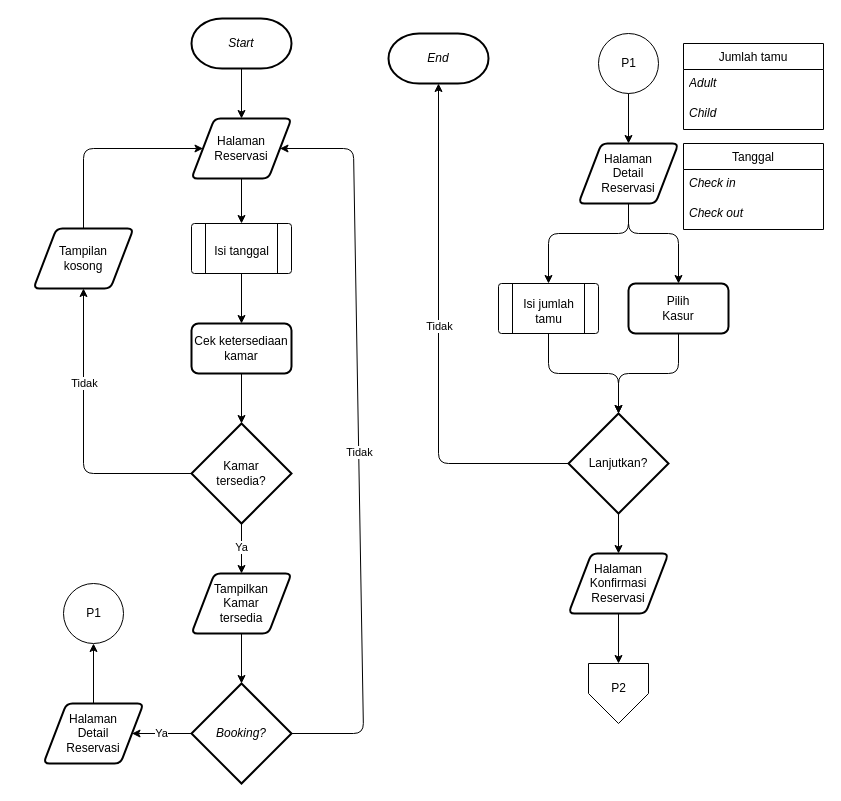
Earlier version of the draw.io diagram page "flowchart-reservation-public" (4 of 8) of diagram/diagram.drawio (Hans-Star18/ta-booking-system). Source tidied: cells renumbered, new cells numbered last; positions are measured from the earlier drawing's top-left corner, leaving out a move shared by most shapes. Both pictures are drawn from the tidied source at 100%, with x=0, y=0 at pixel (33, 18).
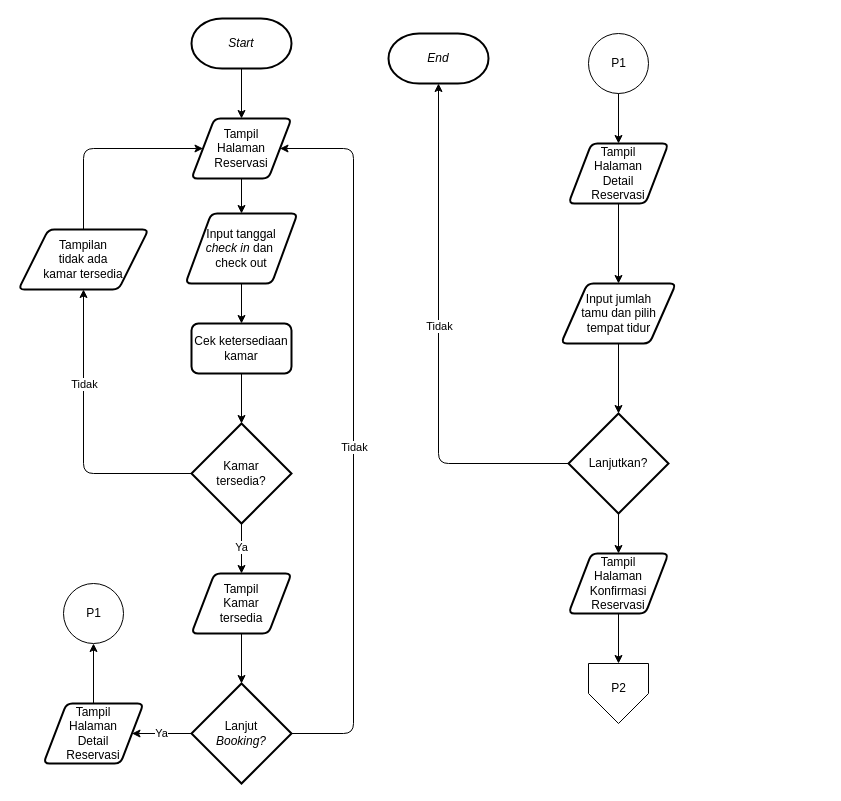
The same diagram, later.

Unchanged cells that the change refers to:
```xml
<mxCell id="6" value="Cek ketersediaan&lt;div&gt;kamar&lt;/div&gt;" style="rounded=1;whiteSpace=wrap;html=1;absoluteArcSize=1;arcSize=14;strokeWidth=2;" parent="1" vertex="1">
  <mxGeometry x="158" y="305" width="100" height="50" as="geometry" />
</mxCell>
<mxCell id="36" value="Lanjutkan?" style="strokeWidth=2;html=1;shape=mxgraph.flowchart.decision;whiteSpace=wrap;" parent="1" vertex="1">
  <mxGeometry x="535" y="395" width="100" height="100" as="geometry" />
</mxCell>
```

Change to the diagram source:
```diff
@@
-    <mxCell id="4" style="edgeStyle=none;html=1;entryX=0.5;entryY=0;entryDx=0;entryDy=0;" parent="1" edge="1" source="5" target="54">
+    <mxCell id="4" style="edgeStyle=none;html=1;entryX=0.5;entryY=0;entryDx=0;entryDy=0;" parent="1" edge="1" source="5" target="61">
       <mxGeometry relative="1" as="geometry" />
     </mxCell>
-    <mxCell id="5" value="Halaman&lt;div&gt;Reservasi&lt;/div&gt;" style="shape=parallelogram;html=1;strokeWidth=2;perimeter=parallelogramPerimeter;whiteSpace=wrap;rounded=1;arcSize=12;size=0.23;" parent="1" vertex="1">
+    <mxCell id="5" value="Tampil&lt;div&gt;Halaman&lt;div&gt;Reservasi&lt;/div&gt;&lt;/div&gt;" style="shape=parallelogram;html=1;strokeWidth=2;perimeter=parallelogramPerimeter;whiteSpace=wrap;rounded=1;arcSize=12;size=0.23;" parent="1" vertex="1">
       <mxGeometry x="158" y="100" width="100" height="60" as="geometry" />
     </mxCell>
@@
-    <mxCell id="14" value="Tampilan&lt;div&gt;kosong&lt;/div&gt;" style="shape=parallelogram;html=1;strokeWidth=2;perimeter=parallelogramPerimeter;whiteSpace=wrap;rounded=1;arcSize=12;size=0.23;" parent="1" vertex="1">
-      <mxGeometry y="210" width="100" height="60" as="geometry" />
+    <mxCell id="14" value="Tampilan&lt;div&gt;tidak ada&lt;/div&gt;&lt;div&gt;kamar tersedia&lt;/div&gt;" style="shape=parallelogram;html=1;strokeWidth=2;perimeter=parallelogramPerimeter;whiteSpace=wrap;rounded=1;arcSize=12;size=0.23;" parent="1" vertex="1">
+      <mxGeometry x="-15" y="211" width="130" height="60" as="geometry" />
     </mxCell>
-    <mxCell id="15" value="Tampilkan&lt;div&gt;Kamar&lt;/div&gt;&lt;div&gt;tersedia&lt;/div&gt;" style="shape=parallelogram;html=1;strokeWidth=2;perimeter=parallelogramPerimeter;whiteSpace=wrap;rounded=1;arcSize=12;size=0.23;" parent="1" vertex="1">
+    <mxCell id="15" value="Tampil&lt;div&gt;Kamar&lt;/div&gt;&lt;div&gt;tersedia&lt;/div&gt;" style="shape=parallelogram;html=1;strokeWidth=2;perimeter=parallelogramPerimeter;whiteSpace=wrap;rounded=1;arcSize=12;size=0.23;" parent="1" vertex="1">
       <mxGeometry x="158" y="555" width="100" height="60" as="geometry" />
     </mxCell>
     <mxCell id="16" style="edgeStyle=none;html=1;entryX=1;entryY=0.5;entryDx=0;entryDy=0;" parent="1" edge="1" source="20" target="5">
       <mxGeometry relative="1" as="geometry">
         <Array as="points">
-          <mxPoint x="330" y="715" />
+          <mxPoint x="320" y="715" />
           <mxPoint x="320" y="130" />
         </Array>
       </mxGeometry>
     </mxCell>
@@
-    <mxCell id="20" value="&lt;i&gt;Booking?&lt;/i&gt;" style="strokeWidth=2;html=1;shape=mxgraph.flowchart.decision;whiteSpace=wrap;" parent="1" vertex="1">
+    <mxCell id="20" value="Lanjut&lt;div&gt;&lt;i&gt;Booking?&lt;/i&gt;&lt;/div&gt;" style="strokeWidth=2;html=1;shape=mxgraph.flowchart.decision;whiteSpace=wrap;" parent="1" vertex="1">
       <mxGeometry x="158" y="665" width="100" height="100" as="geometry" />
     </mxCell>
@@
-    <mxCell id="23" value="Halaman&lt;div&gt;Detail&lt;/div&gt;&lt;div&gt;Reservasi&lt;/div&gt;" style="shape=parallelogram;html=1;strokeWidth=2;perimeter=parallelogramPerimeter;whiteSpace=wrap;rounded=1;arcSize=12;size=0.23;" parent="1" vertex="1">
+    <mxCell id="23" value="Tampil&lt;div&gt;Halaman&lt;div&gt;Detail&lt;/div&gt;&lt;div&gt;Reservasi&lt;/div&gt;&lt;/div&gt;" style="shape=parallelogram;html=1;strokeWidth=2;perimeter=parallelogramPerimeter;whiteSpace=wrap;rounded=1;arcSize=12;size=0.23;" parent="1" vertex="1">
       <mxGeometry x="10" y="685" width="100" height="60" as="geometry" />
     </mxCell>
@@
     <mxCell id="27" style="group;" parent="1" vertex="1">
-      <mxGeometry x="565" y="15" width="60" height="60" as="geometry" />
+      <mxGeometry x="555" y="15" width="60" height="60" as="geometry" />
     </mxCell>
@@
-    <mxCell id="30" style="edgeStyle=none;html=1;entryX=0.5;entryY=0;entryDx=0;entryDy=0;" parent="1" edge="1" source="32" target="48">
-      <mxGeometry relative="1" as="geometry">
-        <Array as="points">
-          <mxPoint x="595" y="215" />
-          <mxPoint x="515" y="215" />
-        </Array>
-      </mxGeometry>
-    </mxCell>
-    <mxCell id="31" style="edgeStyle=none;html=1;entryX=0.5;entryY=0;entryDx=0;entryDy=0;" parent="1" edge="1" source="32" target="34">
-      <mxGeometry relative="1" as="geometry">
-        <Array as="points">
-          <mxPoint x="595" y="215" />
-          <mxPoint x="645" y="215" />
-        </Array>
-      </mxGeometry>
-    </mxCell>
+    <mxCell id="60" style="edgeStyle=none;html=1;entryX=0.5;entryY=0;entryDx=0;entryDy=0;" parent="1" edge="1" source="32" target="62">
+      <mxGeometry relative="1" as="geometry" />
+    </mxCell>
-    <mxCell id="32" value="Halaman&lt;div&gt;Detail&lt;/div&gt;&lt;div&gt;Reservasi&lt;/div&gt;" style="shape=parallelogram;html=1;strokeWidth=2;perimeter=parallelogramPerimeter;whiteSpace=wrap;rounded=1;arcSize=12;size=0.23;" parent="1" vertex="1">
-      <mxGeometry x="545" y="125" width="100" height="60" as="geometry" />
+    <mxCell id="32" value="Tampil&lt;div&gt;Halaman&lt;div&gt;Detail&lt;/div&gt;&lt;div&gt;Reservasi&lt;/div&gt;&lt;/div&gt;" style="shape=parallelogram;html=1;strokeWidth=2;perimeter=parallelogramPerimeter;whiteSpace=wrap;rounded=1;arcSize=12;size=0.23;" parent="1" vertex="1">
+      <mxGeometry x="535" y="125" width="100" height="60" as="geometry" />
     </mxCell>
@@
-    <mxCell id="34" value="Pilih&lt;div&gt;Kasur&lt;/div&gt;" style="rounded=1;whiteSpace=wrap;html=1;absoluteArcSize=1;arcSize=14;strokeWidth=2;" parent="1" vertex="1">
-      <mxGeometry x="595" y="265" width="100" height="50" as="geometry" />
-    </mxCell>
@@
-    <mxCell id="37" style="edgeStyle=none;html=1;entryX=0.5;entryY=0;entryDx=0;entryDy=0;entryPerimeter=0;" parent="1" edge="1" source="34" target="36">
-      <mxGeometry relative="1" as="geometry">
-        <Array as="points">
-          <mxPoint x="645" y="355" />
-          <mxPoint x="585" y="355" />
-        </Array>
-      </mxGeometry>
-    </mxCell>
-    <mxCell id="38" style="edgeStyle=none;html=1;entryX=0.5;entryY=0;entryDx=0;entryDy=0;entryPerimeter=0;exitX=0.5;exitY=1;exitDx=0;exitDy=0;" parent="1" edge="1" source="48" target="36">
-      <mxGeometry relative="1" as="geometry">
-        <Array as="points">
-          <mxPoint x="515" y="355" />
-          <mxPoint x="585" y="355" />
-        </Array>
-      </mxGeometry>
-    </mxCell>
@@
-    <mxCell id="46" value="Halaman&lt;div&gt;Konfirmasi&lt;/div&gt;&lt;div&gt;Reservasi&lt;/div&gt;" style="shape=parallelogram;html=1;strokeWidth=2;perimeter=parallelogramPerimeter;whiteSpace=wrap;rounded=1;arcSize=12;size=0.23;" parent="1" vertex="1">
+    <mxCell id="46" value="Tampil&lt;div&gt;Halaman&lt;div&gt;Konfirmasi&lt;/div&gt;&lt;div&gt;Reservasi&lt;/div&gt;&lt;/div&gt;" style="shape=parallelogram;html=1;strokeWidth=2;perimeter=parallelogramPerimeter;whiteSpace=wrap;rounded=1;arcSize=12;size=0.23;" parent="1" vertex="1">
       <mxGeometry x="535" y="535" width="100" height="60" as="geometry" />
     </mxCell>
-    <mxCell id="47" style="group;" parent="1" vertex="1">
-      <mxGeometry x="465" y="265" width="100" height="50" as="geometry" />
-    </mxCell>
-    <mxCell id="48" style="verticalLabelPosition=bottom;verticalAlign=top;html=1;shape=process;whiteSpace=wrap;rounded=1;size=0.14;arcSize=6;" parent="47" vertex="1">
-      <mxGeometry width="100" height="50" as="geometry" />
-    </mxCell>
-    <mxCell id="49" value="Isi jumlah&lt;div&gt;tamu&lt;/div&gt;" style="text;html=1;align=center;verticalAlign=middle;strokeColor=none;fillColor=none;" parent="47" vertex="1">
-      <mxGeometry x="15" y="8.3" width="70" height="40" as="geometry" />
-    </mxCell>
-    <mxCell id="50" value="Jumlah tamu" style="swimlane;fontStyle=0;horizontal=1;startSize=26;align=center;fontSize=12;" parent="1" vertex="1">
-      <mxGeometry x="650" y="25" width="140" height="86" as="geometry" />
-    </mxCell>
-    <mxCell id="51" value="&lt;i&gt;Adult&amp;nbsp;&lt;/i&gt;" style="text;strokeColor=none;fillColor=none;spacingLeft=4;spacingRight=4;overflow=hidden;fontSize=12;whiteSpace=wrap;html=1;" parent="50" vertex="1">
-      <mxGeometry y="26" width="140" height="30" as="geometry" />
-    </mxCell>
-    <mxCell id="52" value="&lt;i&gt;Child&amp;nbsp;&lt;/i&gt;" style="text;strokeColor=none;fillColor=none;spacingLeft=4;spacingRight=4;overflow=hidden;fontSize=12;whiteSpace=wrap;html=1;" parent="50" vertex="1">
-      <mxGeometry y="56" width="140" height="30" as="geometry" />
-    </mxCell>
-    <mxCell id="53" style="group;" parent="1" vertex="1">
-      <mxGeometry x="158" y="205" width="100" height="50" as="geometry" />
-    </mxCell>
-    <mxCell id="54" style="verticalLabelPosition=bottom;verticalAlign=top;html=1;shape=process;whiteSpace=wrap;rounded=1;size=0.14;arcSize=6;" parent="53" vertex="1">
-      <mxGeometry width="100" height="50" as="geometry" />
-    </mxCell>
-    <mxCell id="55" value="Isi tanggal" style="text;html=1;align=center;verticalAlign=middle;strokeColor=none;fillColor=none;" parent="53" vertex="1">
-      <mxGeometry x="10" y="13.3" width="80" height="30" as="geometry" />
-    </mxCell>
-    <mxCell id="56" style="edgeStyle=none;html=1;entryX=0.5;entryY=0;entryDx=0;entryDy=0;" parent="1" edge="1" source="54" target="6">
+    <mxCell id="56" style="edgeStyle=none;html=1;entryX=0.5;entryY=0;entryDx=0;entryDy=0;exitX=0.5;exitY=1;exitDx=0;exitDy=0;" parent="1" edge="1" source="61" target="6">
       <mxGeometry relative="1" as="geometry" />
     </mxCell>
-    <mxCell id="57" value="Tanggal" style="swimlane;fontStyle=0;horizontal=1;startSize=26;align=center;fontSize=12;" parent="1" vertex="1">
-      <mxGeometry x="650" y="125" width="140" height="86" as="geometry" />
-    </mxCell>
-    <mxCell id="58" value="&lt;i&gt;Check in&amp;nbsp;&lt;/i&gt;" style="text;strokeColor=none;fillColor=none;spacingLeft=4;spacingRight=4;overflow=hidden;fontSize=12;whiteSpace=wrap;html=1;" parent="57" vertex="1">
-      <mxGeometry y="26" width="140" height="30" as="geometry" />
-    </mxCell>
-    <mxCell id="59" value="&lt;i&gt;Check out&amp;nbsp;&lt;/i&gt;" style="text;strokeColor=none;fillColor=none;spacingLeft=4;spacingRight=4;overflow=hidden;fontSize=12;whiteSpace=wrap;html=1;" parent="57" vertex="1">
-      <mxGeometry y="56" width="140" height="30" as="geometry" />
-    </mxCell>
+    <mxCell id="61" value="Input tanggal&lt;div&gt;&lt;i&gt;check in &lt;/i&gt;dan&amp;nbsp;&lt;/div&gt;&lt;div&gt;check out&lt;/div&gt;" style="shape=parallelogram;html=1;strokeWidth=2;perimeter=parallelogramPerimeter;whiteSpace=wrap;rounded=1;arcSize=12;size=0.23;" parent="1" vertex="1">
+      <mxGeometry x="152" y="195" width="112" height="70" as="geometry" />
+    </mxCell>
+    <mxCell id="62" value="Input jumlah&lt;div&gt;tamu dan pilih&lt;/div&gt;&lt;div&gt;tempat tidur&lt;/div&gt;" style="shape=parallelogram;html=1;strokeWidth=2;perimeter=parallelogramPerimeter;whiteSpace=wrap;rounded=1;arcSize=12;size=0.23;" parent="1" vertex="1">
+      <mxGeometry x="527.5" y="265" width="115" height="60" as="geometry" />
+    </mxCell>
+    <mxCell id="63" style="edgeStyle=none;html=1;entryX=0.5;entryY=0;entryDx=0;entryDy=0;entryPerimeter=0;" parent="1" edge="1" source="62" target="36">
+      <mxGeometry relative="1" as="geometry" />
+    </mxCell>
```
